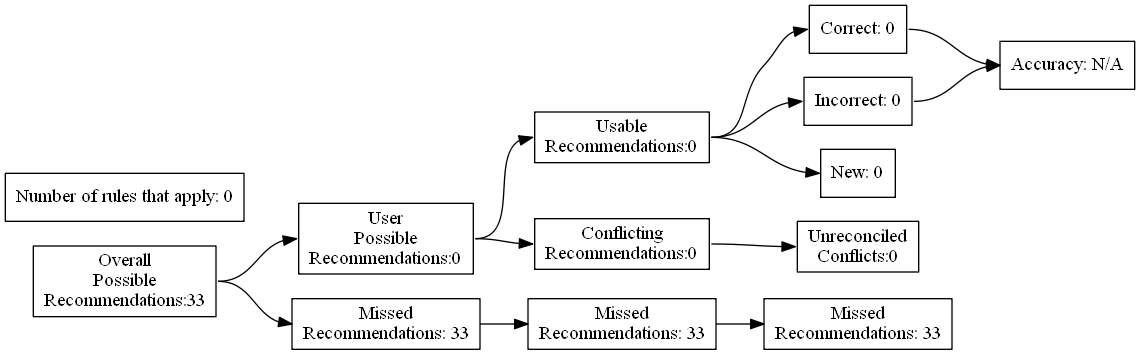
This is test_renders/37.gv.png from ZaxR/ibd_diet_analysis, a Graphviz export, as it was before one commit. Its source is kept beside it as test_renders/37.gv.
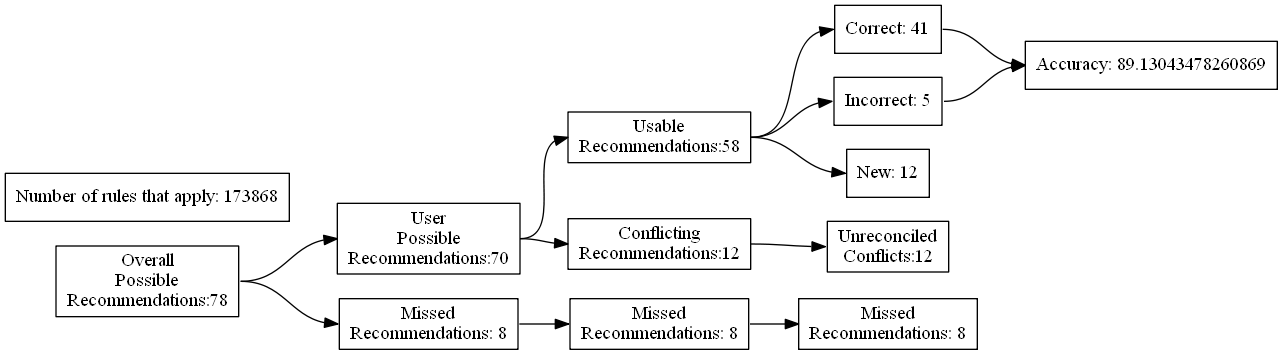
Above is the later version.

Diff of the diagram source:
```diff
@@ -4,27 +4,27 @@
 	edge [headport=w tailport=e]
 		A [label="Overall
 Possible
-Recommendations:33"]
+Recommendations:78"]
 		B [label="User
 Possible
-Recommendations:0"]
+Recommendations:70"]
 		C [label="Missed
-Recommendations: 33"]
+Recommendations: 8"]
 		D [label="Usable
-Recommendations:0"]
+Recommendations:58"]
 		E [label="Conflicting
-Recommendations:0"]
+Recommendations:12"]
 		J [label="Missed
-Recommendations: 33"]
+Recommendations: 8"]
 		M [label="Unreconciled
-Conflicts:0"]
-		F [label="Correct: 0"]
-		G [label="Incorrect: 0"]
-		H [label="New: 0"]
+Conflicts:12"]
+		F [label="Correct: 41"]
+		G [label="Incorrect: 5"]
+		H [label="New: 12"]
 		K [label="Missed
-Recommendations: 33"]
-		I [label="Accuracy: N/A"]
-		l [label="Number of rules that apply: 0"]
+Recommendations: 8"]
+		I [label="Accuracy: 89.13043478260869"]
+		l [label="Number of rules that apply: 173868"]
 			A -> B
 			A -> C
 			B -> D
```
